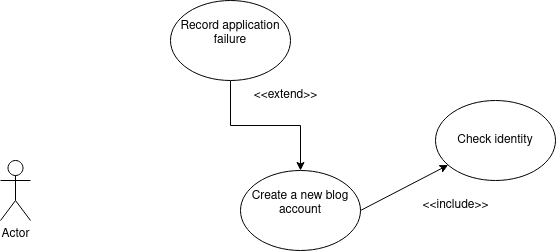
Above: DSejemplo.drawio.png in GermanOjeda/Tarea-ETS (draw.io), before the change. Source tidied: cells renumbered, new cells last; positions are measured from the earlier drawing's top-left corner, leaving out a move shared by most shapes.
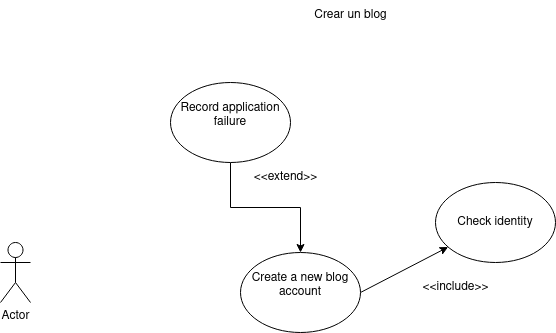
After the commit.

Change to the diagram source:
```diff
@@ -26,5 +26,8 @@
     <mxCell id="9" value="&amp;lt;&amp;lt;include&amp;gt;&amp;gt;" style="text;html=1;align=center;verticalAlign=middle;strokeColor=none;fillColor=none;" parent="1" vertex="1">
       <mxGeometry x="410" y="190" width="90" height="30" as="geometry" />
     </mxCell>
+    <mxCell id="10" value="&lt;div&gt;Crear un blog&lt;/div&gt;" style="text;html=1;align=center;verticalAlign=middle;strokeColor=none;fillColor=none;" parent="1" vertex="1">
+      <mxGeometry x="300" y="-82" width="100" height="30" as="geometry" />
+    </mxCell>
   </root>
 </mxGraphModel>
```
